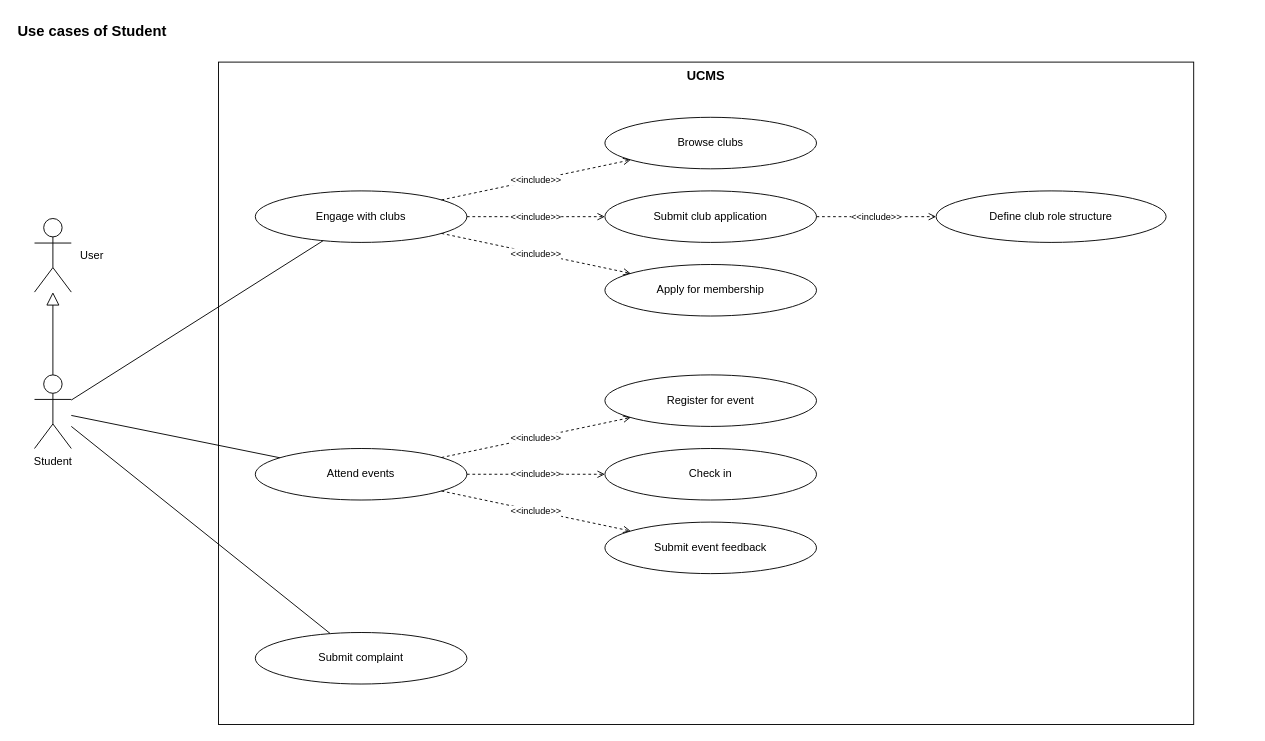
Earlier version of the draw.io diagram page "Student" (2 of 9) of docs/03-diagrams/UCMS_UseCase_ByActor.drawio (nvdekay/ClubManagementSystem). Source tidied: cells renumbered, new cells numbered last; positions are measured from the earlier drawing's top-left corner, leaving out a move shared by most shapes. Both pictures are drawn from the tidied source at 92%, with x=0, y=0 at pixel (16, 16).
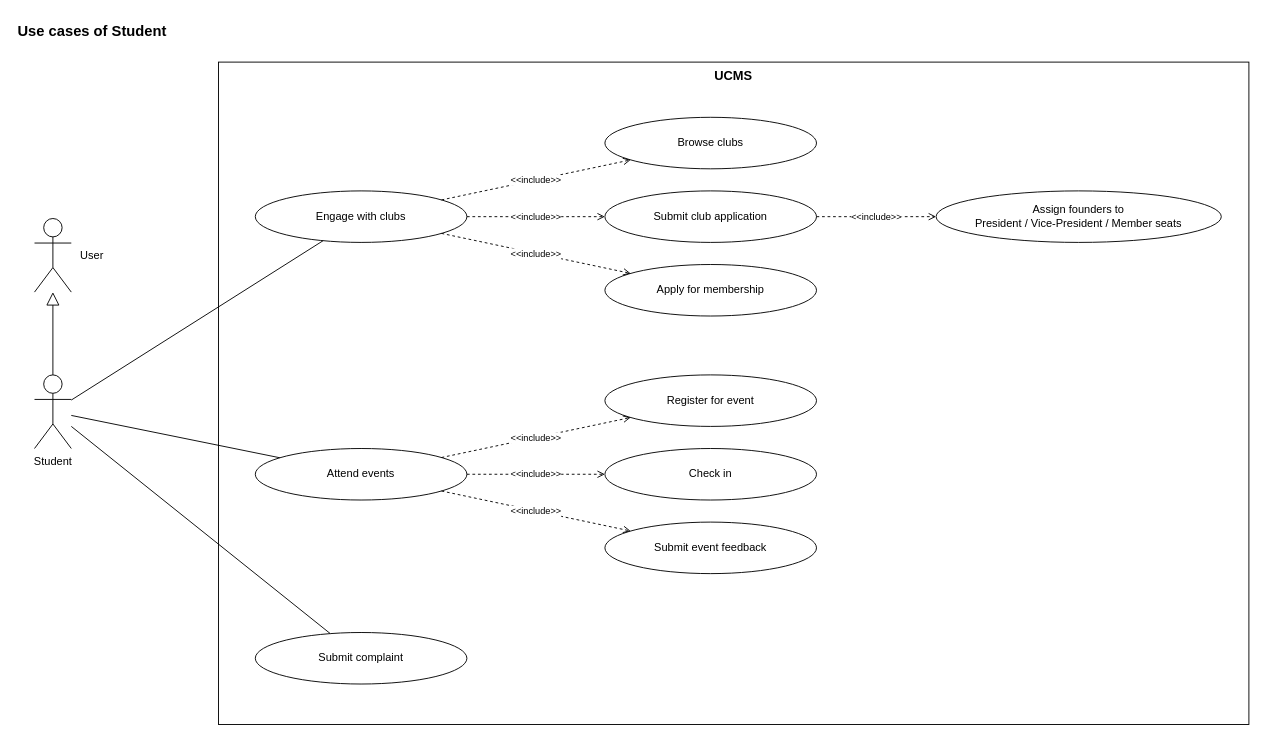
After the change.

Change to the diagram source:
```diff
@@
     <mxCell id="3" value="UCMS" style="rounded=0;whiteSpace=wrap;html=1;fillColor=none;strokeColor=#000000;verticalAlign=top;fontStyle=1;fontSize=14;" parent="1" vertex="1">
-      <mxGeometry x="220" y="50" width="1060" height="720" as="geometry" />
+      <mxGeometry x="220" y="50" width="1120" height="720" as="geometry" />
     </mxCell>
@@
-    <mxCell id="25" value="Define club role structure" style="ellipse;whiteSpace=wrap;html=1;fillColor=#ffffff;strokeColor=#000000;fontSize=12;" parent="1" vertex="1">
-      <mxGeometry x="1000" y="190" width="250" height="56" as="geometry" />
+    <mxCell id="25" value="Assign founders to&lt;br&gt;President / Vice-President / Member seats" style="ellipse;whiteSpace=wrap;html=1;fillColor=#ffffff;strokeColor=#000000;fontSize=12;" parent="1" vertex="1">
+      <mxGeometry x="1000" y="190" width="310" height="56" as="geometry" />
     </mxCell>
```
